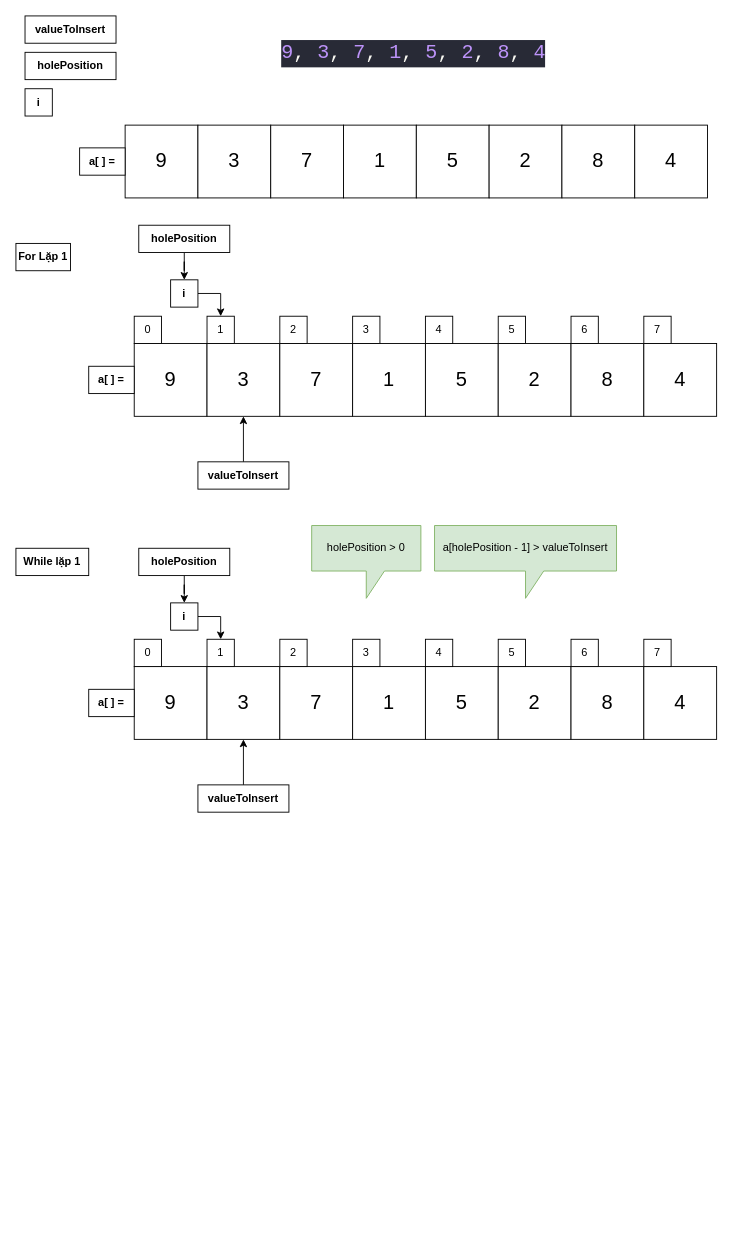
This is sort/insertion_sort/moHinh.drawio from ThanhQuy-coder/Algorithm-learning, a draw.io file, before an edit. Source tidied: cells renumbered, new cells numbered last; positions are measured from the earlier drawing's top-left corner, leaving out a move shared by most shapes. Both pictures are drawn from the tidied source at 91%, with x=0, y=0 at pixel (15, 15).
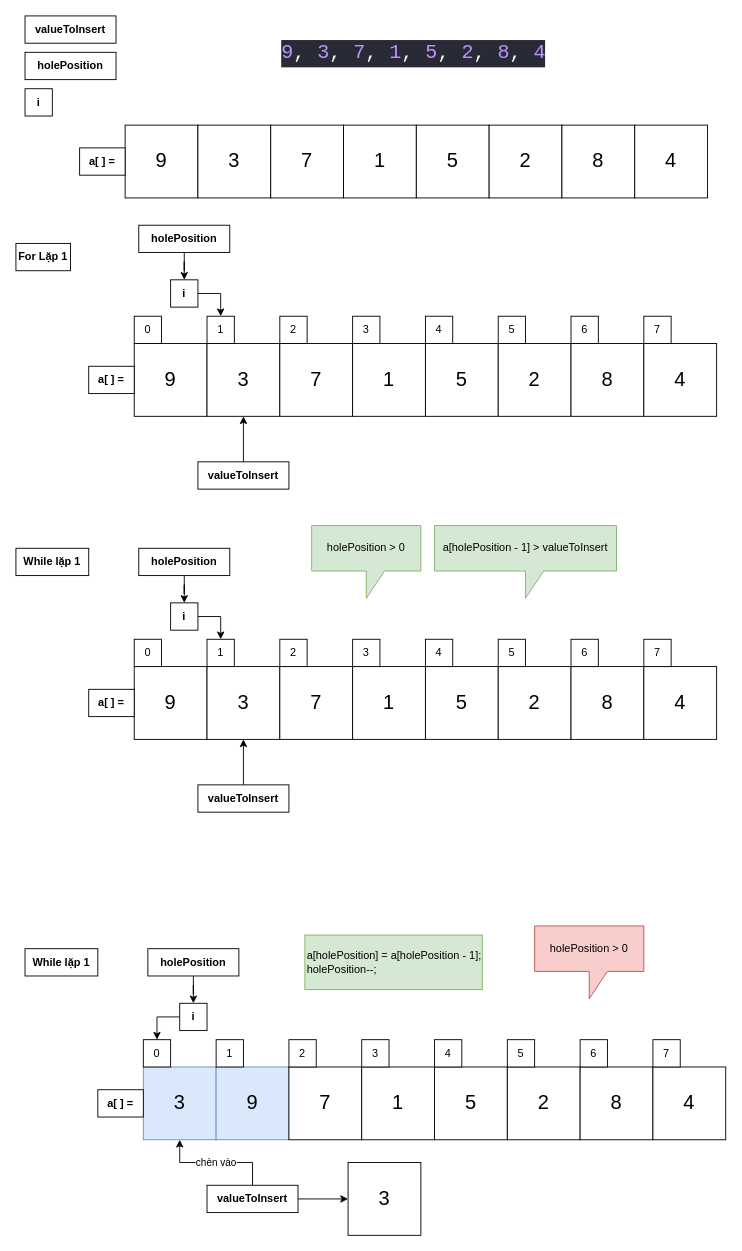
The same diagram, later.

What changed in the source:
```diff
@@
+    <mxCell id="71" value="&lt;div&gt;a[holePosition] = a[holePosition - 1];&lt;/div&gt;&lt;div&gt;holePosition--;&lt;/div&gt;" style="rounded=0;whiteSpace=wrap;html=1;align=left;fillColor=#d5e8d4;strokeColor=#82b366;" parent="1" vertex="1">
+      <mxGeometry x="317.5" y="1010" width="195" height="60" as="geometry" />
+    </mxCell>
+    <mxCell id="72" style="group;" parent="1" vertex="1">
+      <mxGeometry x="90" y="1155" width="690" height="80" as="geometry" />
+    </mxCell>
+    <mxCell id="73" style="group;fontSize=22;" parent="72" vertex="1">
+      <mxGeometry x="50" width="640" height="80" as="geometry" />
+    </mxCell>
+    <mxCell id="74" value="3" style="whiteSpace=wrap;html=1;fontSize=22;fillColor=#dae8fc;strokeColor=#6c8ebf;" parent="73" vertex="1">
+      <mxGeometry width="80" height="80" as="geometry" />
+    </mxCell>
+    <mxCell id="75" value="9" style="whiteSpace=wrap;html=1;fontSize=22;fillColor=#dae8fc;strokeColor=#6c8ebf;" parent="73" vertex="1">
+      <mxGeometry x="80" width="80" height="80" as="geometry" />
+    </mxCell>
+    <mxCell id="76" value="7" style="whiteSpace=wrap;html=1;fontSize=22;" parent="73" vertex="1">
+      <mxGeometry x="160" width="80" height="80" as="geometry" />
+    </mxCell>
+    <mxCell id="77" value="1" style="whiteSpace=wrap;html=1;fontSize=22;" parent="73" vertex="1">
+      <mxGeometry x="240" width="80" height="80" as="geometry" />
+    </mxCell>
+    <mxCell id="78" value="5" style="whiteSpace=wrap;html=1;fontSize=22;" parent="73" vertex="1">
+      <mxGeometry x="320" width="80" height="80" as="geometry" />
+    </mxCell>
+    <mxCell id="79" value="2" style="whiteSpace=wrap;html=1;fontSize=22;" parent="73" vertex="1">
+      <mxGeometry x="400" width="80" height="80" as="geometry" />
+    </mxCell>
+    <mxCell id="80" value="8" style="whiteSpace=wrap;html=1;fontSize=22;" parent="73" vertex="1">
+      <mxGeometry x="480" width="80" height="80" as="geometry" />
+    </mxCell>
+    <mxCell id="81" value="4" style="whiteSpace=wrap;html=1;fontSize=22;" parent="73" vertex="1">
+      <mxGeometry x="560" width="80" height="80" as="geometry" />
+    </mxCell>
+    <mxCell id="82" value="&lt;b&gt;a[ ] =&lt;/b&gt;" style="rounded=0;whiteSpace=wrap;html=1;fontStyle=0;" parent="72" vertex="1">
+      <mxGeometry y="25" width="50" height="30" as="geometry" />
+    </mxCell>
+    <mxCell id="83" value="0" style="whiteSpace=wrap;html=1;" parent="1" vertex="1">
+      <mxGeometry x="140" y="1125" width="30" height="30" as="geometry" />
+    </mxCell>
+    <mxCell id="84" value="1" style="whiteSpace=wrap;html=1;" parent="1" vertex="1">
+      <mxGeometry x="220" y="1125" width="30" height="30" as="geometry" />
+    </mxCell>
+    <mxCell id="85" value="2" style="whiteSpace=wrap;html=1;" parent="1" vertex="1">
+      <mxGeometry x="300" y="1125" width="30" height="30" as="geometry" />
+    </mxCell>
+    <mxCell id="86" value="3" style="whiteSpace=wrap;html=1;" parent="1" vertex="1">
+      <mxGeometry x="380" y="1125" width="30" height="30" as="geometry" />
+    </mxCell>
+    <mxCell id="87" value="4" style="whiteSpace=wrap;html=1;" parent="1" vertex="1">
+      <mxGeometry x="460" y="1125" width="30" height="30" as="geometry" />
+    </mxCell>
+    <mxCell id="88" value="5" style="whiteSpace=wrap;html=1;" parent="1" vertex="1">
+      <mxGeometry x="540" y="1125" width="30" height="30" as="geometry" />
+    </mxCell>
+    <mxCell id="89" value="6" style="whiteSpace=wrap;html=1;" parent="1" vertex="1">
+      <mxGeometry x="620" y="1125" width="30" height="30" as="geometry" />
+    </mxCell>
+    <mxCell id="90" value="7" style="whiteSpace=wrap;html=1;" parent="1" vertex="1">
+      <mxGeometry x="700" y="1125" width="30" height="30" as="geometry" />
+    </mxCell>
+    <mxCell id="91" style="edgeStyle=orthogonalEdgeStyle;rounded=0;jettySize=auto;html=1;" parent="1" edge="1" source="92" target="83">
+      <mxGeometry relative="1" as="geometry" />
+    </mxCell>
+    <mxCell id="92" value="&lt;b&gt;i&lt;/b&gt;" style="rounded=0;whiteSpace=wrap;html=1;fontStyle=0;" parent="1" vertex="1">
+      <mxGeometry x="180" y="1085" width="30" height="30" as="geometry" />
+    </mxCell>
+    <mxCell id="93" style="edgeStyle=orthogonalEdgeStyle;rounded=0;jettySize=auto;html=1;" parent="1" edge="1" source="95" target="100">
+      <mxGeometry relative="1" as="geometry" />
+    </mxCell>
+    <mxCell id="94" value="chèn vào" style="edgeStyle=orthogonalEdgeStyle;rounded=0;jettySize=auto;html=1;" parent="1" edge="1" source="95" target="74">
+      <mxGeometry relative="1" as="geometry" />
+    </mxCell>
+    <mxCell id="95" value="valueToInsert" style="rounded=0;whiteSpace=wrap;html=1;fontStyle=1;" parent="1" vertex="1">
+      <mxGeometry x="210" y="1285" width="100" height="30" as="geometry" />
+    </mxCell>
+    <mxCell id="96" style="edgeStyle=orthogonalEdgeStyle;rounded=0;jettySize=auto;html=1;" parent="1" edge="1" source="97" target="92">
+      <mxGeometry relative="1" as="geometry" />
+    </mxCell>
+    <mxCell id="97" value="holePosition" style="rounded=0;whiteSpace=wrap;html=1;fontStyle=1;" parent="1" vertex="1">
+      <mxGeometry x="145" y="1025" width="100" height="30" as="geometry" />
+    </mxCell>
+    <mxCell id="98" value="&lt;b&gt;While lặp 1&lt;/b&gt;" style="rounded=0;whiteSpace=wrap;html=1;fontStyle=0;" parent="1" vertex="1">
+      <mxGeometry x="10" y="1025" width="80" height="30" as="geometry" />
+    </mxCell>
+    <mxCell id="99" value="holePosition &amp;gt; 0" style="shape=callout;whiteSpace=wrap;html=1;perimeter=calloutPerimeter;fillColor=#f8cecc;strokeColor=#b85450;" parent="1" vertex="1">
+      <mxGeometry x="570" y="1000" width="120" height="80" as="geometry" />
+    </mxCell>
+    <mxCell id="100" value="3" style="whiteSpace=wrap;html=1;fontSize=22;" parent="1" vertex="1">
+      <mxGeometry x="365" y="1260" width="80" height="80" as="geometry" />
+    </mxCell>
```
